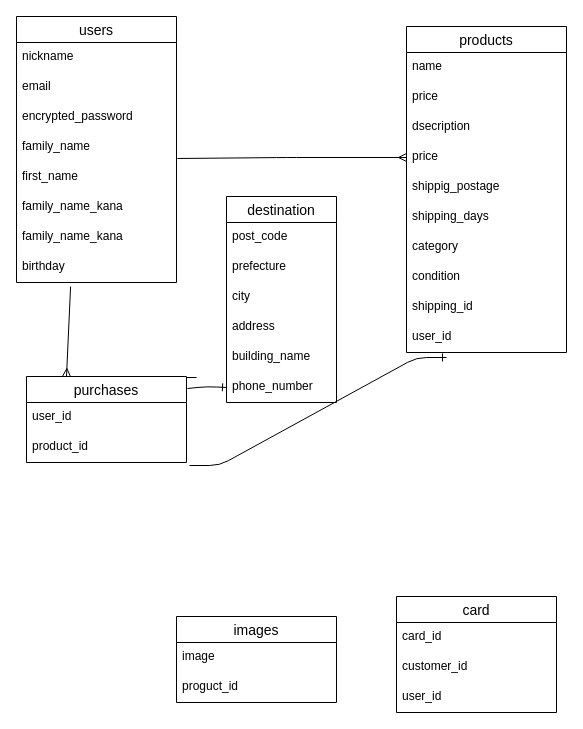
The draw.io diagram furima.dio in reicooooo/furima-37713, before the edit. Source tidied: cells renumbered, new cells numbered last; positions are measured from the earlier drawing's top-left corner, leaving out a move shared by most shapes. Both pictures are drawn from the tidied source at 100%, with x=0, y=0 at pixel (16, 16).
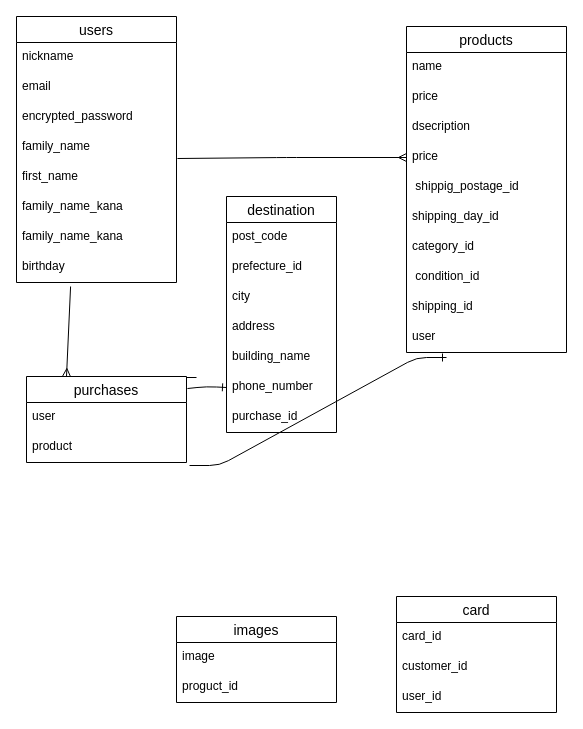
The same diagram, later.

The change refers to these unchanged cells:
```xml
<mxCell id="2" value="products" style="swimlane;fontStyle=0;horizontal=1;startSize=26;align=center;fontSize=14;" parent="1" vertex="1">
  <mxGeometry x="390" y="10" width="160" height="326" as="geometry" />
</mxCell>
<mxCell id="38" value="purchases" style="swimlane;fontStyle=0;horizontal=1;startSize=26;align=center;fontSize=14;" parent="1" vertex="1">
  <mxGeometry x="10" y="360" width="160" height="86" as="geometry" />
</mxCell>
```

Diff of the diagram source:
```diff
@@
-    <mxCell id="7" value="shippig_postage" style="text;strokeColor=none;fillColor=none;spacingLeft=4;spacingRight=4;overflow=hidden;fontSize=12;" parent="2" vertex="1">
+    <mxCell id="7" value=" shippig_postage_id" style="text;strokeColor=none;fillColor=none;spacingLeft=4;spacingRight=4;overflow=hidden;fontSize=12;" parent="2" vertex="1">
       <mxGeometry y="146" width="160" height="30" as="geometry" />
     </mxCell>
-    <mxCell id="8" value="shipping_days" style="text;strokeColor=none;fillColor=none;spacingLeft=4;spacingRight=4;overflow=hidden;fontSize=12;" parent="2" vertex="1">
+    <mxCell id="8" value="shipping_day_id" style="text;strokeColor=none;fillColor=none;spacingLeft=4;spacingRight=4;overflow=hidden;fontSize=12;" parent="2" vertex="1">
       <mxGeometry y="176" width="160" height="30" as="geometry" />
     </mxCell>
-    <mxCell id="9" value="category" style="text;strokeColor=none;fillColor=none;spacingLeft=4;spacingRight=4;overflow=hidden;fontSize=12;" parent="2" vertex="1">
+    <mxCell id="9" value="category_id" style="text;strokeColor=none;fillColor=none;spacingLeft=4;spacingRight=4;overflow=hidden;fontSize=12;" parent="2" vertex="1">
       <mxGeometry y="206" width="160" height="30" as="geometry" />
     </mxCell>
-    <mxCell id="10" value="condition" style="text;strokeColor=none;fillColor=none;spacingLeft=4;spacingRight=4;overflow=hidden;fontSize=12;" parent="2" vertex="1">
+    <mxCell id="10" value=" condition_id" style="text;strokeColor=none;fillColor=none;spacingLeft=4;spacingRight=4;overflow=hidden;fontSize=12;" parent="2" vertex="1">
       <mxGeometry y="236" width="160" height="30" as="geometry" />
     </mxCell>
@@
-    <mxCell id="12" value="user_id" style="text;strokeColor=none;fillColor=none;spacingLeft=4;spacingRight=4;overflow=hidden;fontSize=12;" parent="2" vertex="1">
+    <mxCell id="12" value="user" style="text;strokeColor=none;fillColor=none;spacingLeft=4;spacingRight=4;overflow=hidden;fontSize=12;" parent="2" vertex="1">
       <mxGeometry y="296" width="160" height="30" as="geometry" />
     </mxCell>
@@
     <mxCell id="23" value="destination" style="swimlane;fontStyle=0;horizontal=1;startSize=26;align=center;fontSize=14;" parent="1" vertex="1">
-      <mxGeometry x="210" y="180" width="110" height="206" as="geometry" />
+      <mxGeometry x="210" y="180" width="110" height="236" as="geometry" />
     </mxCell>
@@
-    <mxCell id="25" value="prefecture" style="text;strokeColor=none;fillColor=none;spacingLeft=4;spacingRight=4;overflow=hidden;fontSize=12;" parent="23" vertex="1">
+    <mxCell id="25" value="prefecture_id" style="text;strokeColor=none;fillColor=none;spacingLeft=4;spacingRight=4;overflow=hidden;fontSize=12;" parent="23" vertex="1">
       <mxGeometry y="56" width="110" height="30" as="geometry" />
     </mxCell>
@@
+    <mxCell id="45" value="purchase_id " style="text;strokeColor=none;fillColor=none;spacingLeft=4;spacingRight=4;overflow=hidden;fontSize=12;" parent="23" vertex="1">
+      <mxGeometry y="206" width="110" height="30" as="geometry" />
+    </mxCell>
@@
-    <mxCell id="39" value="user_id" style="text;strokeColor=none;fillColor=none;spacingLeft=4;spacingRight=4;overflow=hidden;fontSize=12;" parent="38" vertex="1">
+    <mxCell id="39" value="user" style="text;strokeColor=none;fillColor=none;spacingLeft=4;spacingRight=4;overflow=hidden;fontSize=12;" parent="38" vertex="1">
       <mxGeometry y="26" width="160" height="30" as="geometry" />
     </mxCell>
-    <mxCell id="40" value="product_id" style="text;strokeColor=none;fillColor=none;spacingLeft=4;spacingRight=4;overflow=hidden;points=[[0,0.5],[1,0.5]];portConstraint=eastwest;fontSize=12;" parent="38" vertex="1">
+    <mxCell id="40" value="product" style="text;strokeColor=none;fillColor=none;spacingLeft=4;spacingRight=4;overflow=hidden;points=[[0,0.5],[1,0.5]];portConstraint=eastwest;fontSize=12;" parent="38" vertex="1">
       <mxGeometry y="56" width="160" height="30" as="geometry" />
     </mxCell>
```
